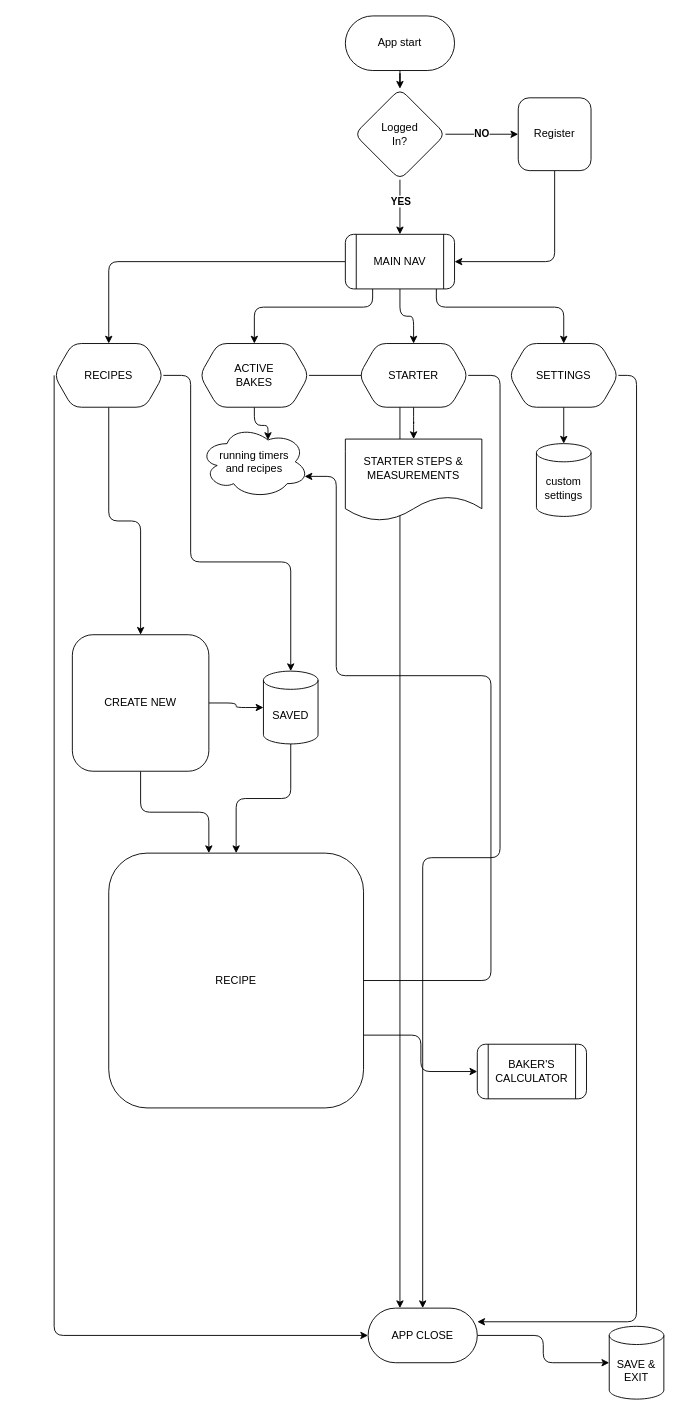
The draw.io diagram HalfBaked.drawio in KioaStudios/plugins, before the edit. Source tidied: cells renumbered, new cells numbered last; positions are measured from the earlier drawing's top-left corner, leaving out a move shared by most shapes. Both pictures are drawn from the tidied source at 91%, with x=0, y=0 at pixel (54, 15).
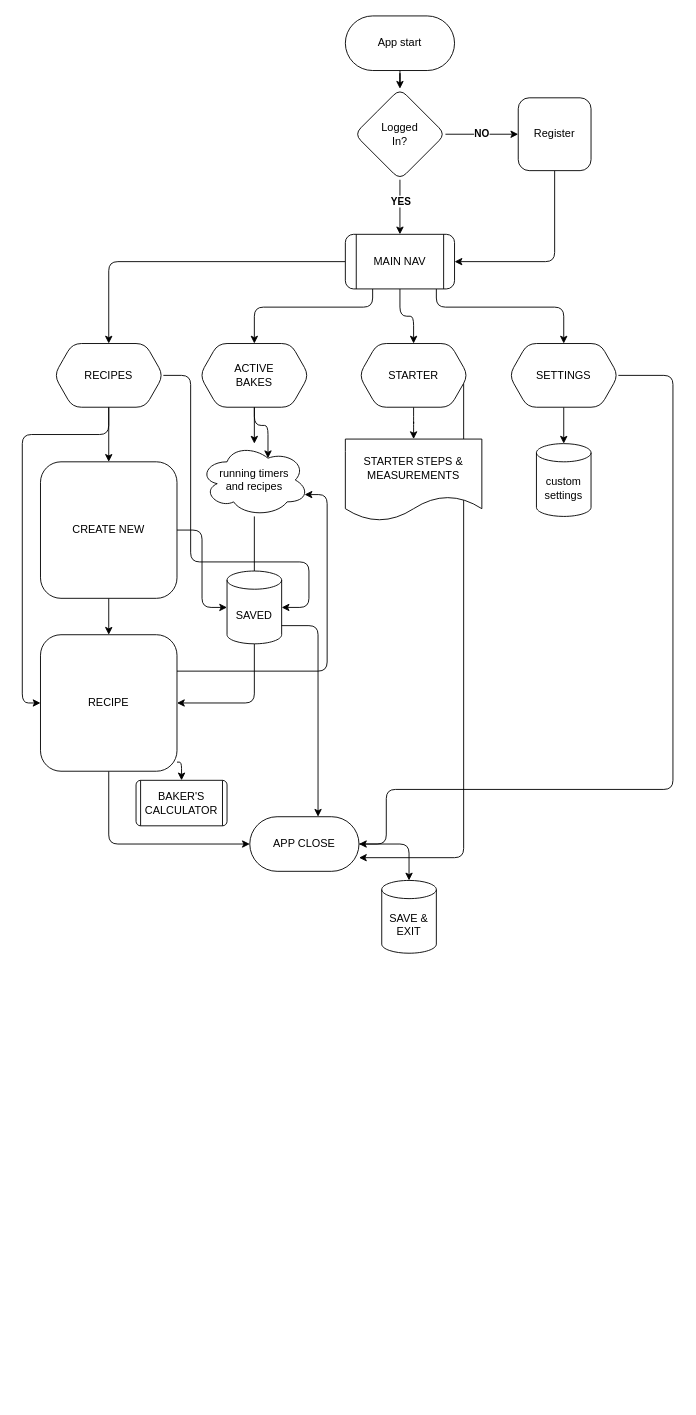
The same page after the edit.

The change refers to these unchanged cells:
```xml
<mxCell id="13" value="RECIPES" style="shape=hexagon;perimeter=hexagonPerimeter2;whiteSpace=wrap;html=1;fixedSize=1;size=20;rounded=1;shadow=0;" parent="1" vertex="1">
  <mxGeometry y="360" width="120" height="70" as="geometry" />
</mxCell>
<mxCell id="21" value="ACTIVE&lt;br&gt;BAKES" style="shape=hexagon;perimeter=hexagonPerimeter2;whiteSpace=wrap;html=1;fixedSize=1;rounded=1;" parent="1" vertex="1">
  <mxGeometry x="160" y="360" width="120" height="70" as="geometry" />
</mxCell>
<mxCell id="24" value="STARTER" style="shape=hexagon;perimeter=hexagonPerimeter2;whiteSpace=wrap;html=1;fixedSize=1;rounded=1;" parent="1" vertex="1">
  <mxGeometry x="335" y="360" width="120" height="70" as="geometry" />
</mxCell>
<mxCell id="39" value="SETTINGS" style="shape=hexagon;perimeter=hexagonPerimeter2;whiteSpace=wrap;html=1;fixedSize=1;rounded=1;" parent="1" vertex="1">
  <mxGeometry x="500" y="360" width="120" height="70" as="geometry" />
</mxCell>
```

Diff of the diagram source:
```diff
@@
     <mxCell id="10" style="edgeStyle=orthogonalEdgeStyle;rounded=1;jettySize=auto;html=1;" parent="1" edge="1" source="13" target="26">
       <mxGeometry relative="1" as="geometry">
         <Array as="points">
           <mxPoint x="150" y="395" />
           <mxPoint x="150" y="600" />
-          <mxPoint x="260" y="600" />
+          <mxPoint x="280" y="600" />
+          <mxPoint x="280" y="650" />
         </Array>
       </mxGeometry>
     </mxCell>
@@
-    <mxCell id="12" style="edgeStyle=orthogonalEdgeStyle;rounded=1;jettySize=auto;html=1;entryX=0;entryY=0.5;entryDx=0;entryDy=0;" parent="1" edge="1" source="13" target="36">
+    <mxCell id="12" style="edgeStyle=orthogonalEdgeStyle;rounded=1;jettySize=auto;html=1;entryX=0;entryY=0.5;entryDx=0;entryDy=0;" parent="1" edge="1" source="34" target="36">
       <mxGeometry relative="1" as="geometry">
         <Array as="points">
-          <mxPoint y="1450" />
+          <mxPoint x="60" y="910" />
         </Array>
       </mxGeometry>
     </mxCell>
@@
-    <mxCell id="20" style="edgeStyle=orthogonalEdgeStyle;rounded=1;jettySize=auto;html=1;" parent="1" edge="1" source="21" target="36">
+    <mxCell id="20" style="edgeStyle=orthogonalEdgeStyle;rounded=1;jettySize=auto;html=1;" parent="1" edge="1" source="27" target="36">
       <mxGeometry relative="1" as="geometry">
         <Array as="points">
-          <mxPoint x="380" y="395" />
+          <mxPoint x="220" y="670" />
+          <mxPoint x="290" y="670" />
         </Array>
       </mxGeometry>
     </mxCell>
@@
     <mxCell id="23" style="edgeStyle=orthogonalEdgeStyle;rounded=1;jettySize=auto;html=1;" parent="1" edge="1" source="24" target="36">
       <mxGeometry relative="1" as="geometry">
         <Array as="points">
-          <mxPoint x="490" y="395" />
-          <mxPoint x="490" y="925" />
-          <mxPoint x="405" y="925" />
+          <mxPoint x="450" y="395" />
+          <mxPoint x="450" y="925" />
+          <mxPoint x="365" y="925" />
         </Array>
       </mxGeometry>
     </mxCell>
@@
     <mxCell id="25" style="edgeStyle=orthogonalEdgeStyle;rounded=1;jettySize=auto;html=1;" parent="1" edge="1" source="26" target="34">
-      <mxGeometry relative="1" as="geometry" />
+      <mxGeometry relative="1" as="geometry">
+        <Array as="points">
+          <mxPoint x="220" y="755" />
+        </Array>
+      </mxGeometry>
     </mxCell>
     <mxCell id="26" value="SAVED" style="shape=cylinder3;whiteSpace=wrap;html=1;boundedLbl=1;backgroundOutline=1;size=10;rounded=1;" parent="1" vertex="1">
-      <mxGeometry x="230" y="720" width="60" height="80" as="geometry" />
+      <mxGeometry x="190" y="610" width="60" height="80" as="geometry" />
     </mxCell>
-    <mxCell id="27" value="running timers&lt;br&gt;and recipes" style="ellipse;shape=cloud;whiteSpace=wrap;html=1;rounded=1;" parent="1" vertex="1">
-      <mxGeometry x="160" y="450" width="120" height="80" as="geometry" />
-    </mxCell>
@@
-    <mxCell id="29" style="edgeStyle=orthogonalEdgeStyle;rounded=1;jettySize=auto;html=1;" parent="1" edge="1" source="31">
-      <mxGeometry relative="1" as="geometry">
-        <mxPoint x="170" y="920" as="targetPoint" />
-        <Array as="points">
-          <mxPoint x="95" y="875" />
-          <mxPoint x="170" y="875" />
-          <mxPoint x="170" y="920" />
-        </Array>
-      </mxGeometry>
-    </mxCell>
@@
+    <mxCell id="43" style="edgeStyle=orthogonalEdgeStyle;rounded=1;jettySize=auto;html=1;" parent="1" edge="1" source="31" target="34">
+      <mxGeometry relative="1" as="geometry" />
+    </mxCell>
     <mxCell id="31" value="CREATE NEW" style="whiteSpace=wrap;html=1;rounded=1;" parent="1" vertex="1">
-      <mxGeometry x="20" y="680" width="150" height="150" as="geometry" />
+      <mxGeometry x="-15" y="490" width="150" height="150" as="geometry" />
     </mxCell>
     <mxCell id="32" style="edgeStyle=orthogonalEdgeStyle;rounded=1;jettySize=auto;html=1;entryX=0.96;entryY=0.7;entryDx=0;entryDy=0;entryPerimeter=0;" parent="1" edge="1" source="34" target="27">
       <mxGeometry relative="1" as="geometry">
         <Array as="points">
-          <mxPoint x="480" y="1060" />
-          <mxPoint x="480" y="725" />
-          <mxPoint x="310" y="725" />
-          <mxPoint x="310" y="506" />
+          <mxPoint x="300" y="720" />
+          <mxPoint x="300" y="526" />
         </Array>
       </mxGeometry>
     </mxCell>
     <mxCell id="33" style="edgeStyle=orthogonalEdgeStyle;rounded=1;jettySize=auto;html=1;" parent="1" edge="1" source="34" target="41">
       <mxGeometry relative="1" as="geometry">
         <Array as="points">
-          <mxPoint x="403" y="1120" />
-          <mxPoint x="403" y="1160" />
+          <mxPoint x="140" y="820" />
         </Array>
       </mxGeometry>
     </mxCell>
-    <mxCell id="34" value="RECIPE" style="whiteSpace=wrap;html=1;rounded=1;" parent="1" vertex="1">
-      <mxGeometry x="60" y="920" width="280" height="280" as="geometry" />
-    </mxCell>
@@
     <mxCell id="36" value="APP CLOSE" style="rounded=1;whiteSpace=wrap;html=1;arcSize=50;" parent="1" vertex="1">
-      <mxGeometry x="345" y="1420" width="120" height="60" as="geometry" />
+      <mxGeometry x="215" y="880" width="120" height="60" as="geometry" />
     </mxCell>
@@
     <mxCell id="38" style="edgeStyle=orthogonalEdgeStyle;rounded=1;jettySize=auto;html=1;" parent="1" edge="1" source="39" target="36">
       <mxGeometry relative="1" as="geometry">
         <Array as="points">
-          <mxPoint x="640" y="395" />
-          <mxPoint x="640" y="1435" />
+          <mxPoint x="680" y="395" />
+          <mxPoint x="680" y="850" />
+          <mxPoint x="365" y="850" />
+          <mxPoint x="365" y="910" />
         </Array>
       </mxGeometry>
     </mxCell>
@@
-    <mxCell id="41" value="BAKER'S CALCULATOR" style="shape=process;whiteSpace=wrap;html=1;backgroundOutline=1;rounded=1;" parent="1" vertex="1">
-      <mxGeometry x="465" y="1130" width="120" height="60" as="geometry" />
+    <mxCell id="41" value="BAKER'S CALCULATOR" style="shape=process;whiteSpace=wrap;html=1;backgroundOutline=1;rounded=1;arcSize=10;size=0;" parent="1" vertex="1">
+      <mxGeometry x="90" y="840" width="100" height="50" as="geometry" />
     </mxCell>
     <mxCell id="42" value="SAVE &amp;amp; EXIT" style="shape=cylinder3;whiteSpace=wrap;html=1;boundedLbl=1;backgroundOutline=1;size=10;rounded=1;" parent="1" vertex="1">
-      <mxGeometry x="610" y="1440" width="60" height="80" as="geometry" />
+      <mxGeometry x="360" y="950" width="60" height="80" as="geometry" />
     </mxCell>
+    <mxCell id="44" style="edgeStyle=orthogonalEdgeStyle;rounded=1;jettySize=auto;html=1;entryX=0;entryY=0.5;entryDx=0;entryDy=0;" parent="1" edge="1" source="13" target="34">
+      <mxGeometry relative="1" as="geometry">
+        <Array as="points">
+          <mxPoint x="60" y="460" />
+          <mxPoint x="-35" y="460" />
+          <mxPoint x="-35" y="755" />
+        </Array>
+      </mxGeometry>
+    </mxCell>
+    <mxCell id="34" value="RECIPE" style="whiteSpace=wrap;html=1;rounded=1;" parent="1" vertex="1">
+      <mxGeometry x="-15" y="680" width="150" height="150" as="geometry" />
+    </mxCell>
+    <mxCell id="45" style="edgeStyle=orthogonalEdgeStyle;rounded=1;jettySize=auto;html=1;" parent="1" edge="1" source="21" target="27">
+      <mxGeometry relative="1" as="geometry" />
+    </mxCell>
+    <mxCell id="27" value="running timers&lt;br&gt;and recipes" style="ellipse;shape=cloud;whiteSpace=wrap;html=1;rounded=1;" parent="1" vertex="1">
+      <mxGeometry x="160" y="470" width="120" height="80" as="geometry" />
+    </mxCell>
```
